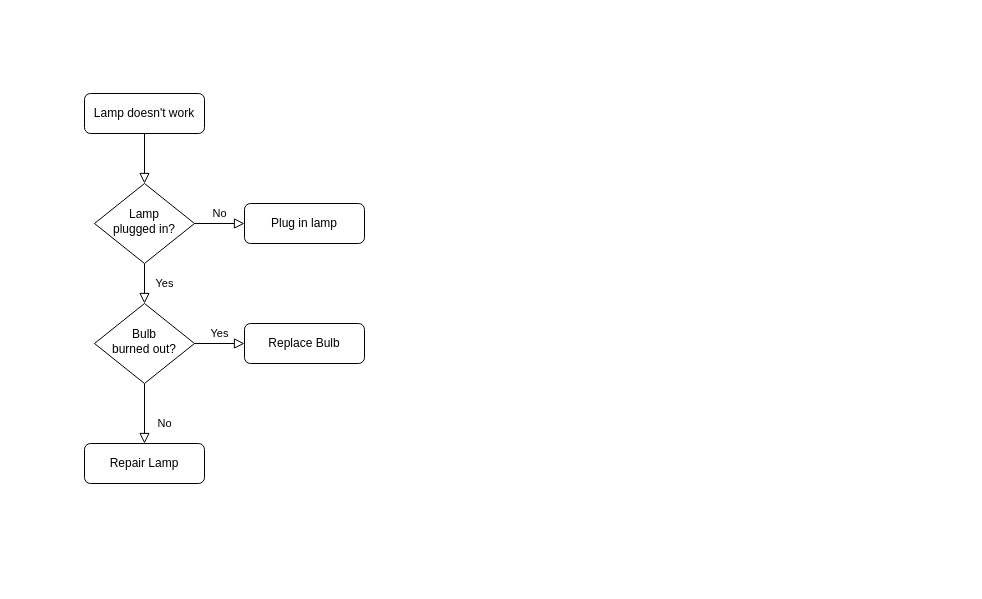
Before: Untitled Diagram.drawio in jaltadeepak/100_Days-of-Python, a draw.io diagram. Source tidied: cells renumbered, new cells numbered last; positions are measured from the earlier drawing's top-left corner, leaving out a move shared by most shapes. Both pictures are drawn from the tidied source at 100%, with x=0, y=0 at pixel (84, 93).
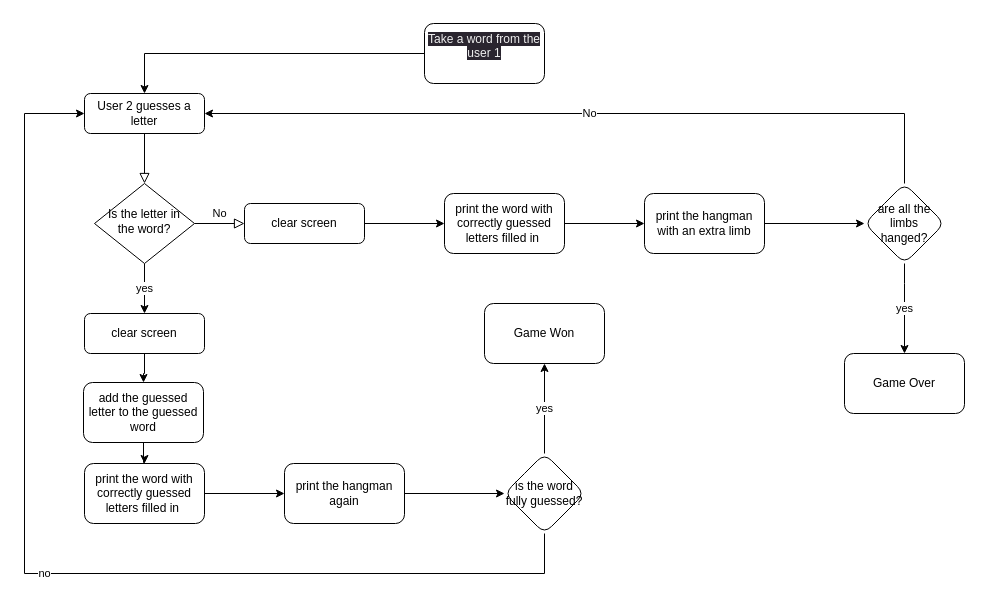
The same page after the edit.

The edit, as a diff of the source:
```diff
@@
-    <mxCell id="3" value="Lamp doesn't work" style="rounded=1;whiteSpace=wrap;html=1;fontSize=12;glass=0;strokeWidth=1;shadow=0;" parent="1" vertex="1">
+    <mxCell id="3" value="User 2 guesses a letter" style="rounded=1;whiteSpace=wrap;html=1;fontSize=12;glass=0;strokeWidth=1;shadow=0;" parent="1" vertex="1">
       <mxGeometry width="120" height="40" as="geometry" />
     </mxCell>
-    <mxCell id="4" value="Yes" style="rounded=0;html=1;jettySize=auto;fontSize=11;endArrow=block;endFill=0;endSize=8;strokeWidth=1;shadow=0;labelBackgroundColor=none;edgeStyle=orthogonalEdgeStyle;" parent="1" edge="1" source="6" target="10">
-      <mxGeometry y="20" relative="1" as="geometry" />
-    </mxCell>
@@
+    <mxCell id="13" value="yes" style="edgeStyle=orthogonalEdgeStyle;rounded=0;jettySize=auto;html=1;exitX=0.5;exitY=1;exitDx=0;exitDy=0;entryX=0.5;entryY=0;entryDx=0;entryDy=0;" parent="1" edge="1" source="6" target="25">
+      <mxGeometry relative="1" as="geometry" />
+    </mxCell>
-    <mxCell id="6" value="Lamp&lt;br&gt;plugged in?" style="rhombus;whiteSpace=wrap;html=1;shadow=0;fontFamily=Helvetica;fontSize=12;align=center;strokeWidth=1;spacing=6;spacingTop=-4;" parent="1" vertex="1">
+    <mxCell id="6" value="Is the letter in the word?" style="rhombus;whiteSpace=wrap;html=1;shadow=0;fontFamily=Helvetica;fontSize=12;align=center;strokeWidth=1;spacing=6;spacingTop=-4;" parent="1" vertex="1">
       <mxGeometry x="10" y="90" width="100" height="80" as="geometry" />
     </mxCell>
+    <mxCell id="14" style="edgeStyle=orthogonalEdgeStyle;rounded=0;jettySize=auto;html=1;" parent="1" edge="1" source="7" target="18">
+      <mxGeometry relative="1" as="geometry" />
+    </mxCell>
-    <mxCell id="7" value="Plug in lamp" style="rounded=1;whiteSpace=wrap;html=1;fontSize=12;glass=0;strokeWidth=1;shadow=0;" parent="1" vertex="1">
+    <mxCell id="7" value="clear screen" style="rounded=1;whiteSpace=wrap;html=1;fontSize=12;glass=0;strokeWidth=1;shadow=0;" parent="1" vertex="1">
       <mxGeometry x="160" y="110" width="120" height="40" as="geometry" />
     </mxCell>
+    <mxCell id="15" style="edgeStyle=orthogonalEdgeStyle;rounded=0;jettySize=auto;html=1;entryX=0.5;entryY=0;entryDx=0;entryDy=0;" parent="1" edge="1" source="16" target="3">
+      <mxGeometry relative="1" as="geometry" />
+    </mxCell>
+    <mxCell id="16" value="&#10;&lt;span style=&quot;color: rgb(240, 240, 240); font-family: Helvetica; font-size: 12px; font-style: normal; font-variant-ligatures: normal; font-variant-caps: normal; font-weight: 400; letter-spacing: normal; orphans: 2; text-align: center; text-indent: 0px; text-transform: none; widows: 2; word-spacing: 0px; -webkit-text-stroke-width: 0px; background-color: rgb(42, 37, 47); text-decoration-thickness: initial; text-decoration-style: initial; text-decoration-color: initial; float: none; display: inline !important;&quot;&gt;Take a word from the user 1&lt;/span&gt;&#10;&#10;" style="rounded=1;whiteSpace=wrap;html=1;" parent="1" vertex="1">
+      <mxGeometry x="340" y="-70" width="120" height="60" as="geometry" />
+    </mxCell>
+    <mxCell id="17" style="edgeStyle=orthogonalEdgeStyle;rounded=0;jettySize=auto;html=1;" parent="1" edge="1" source="18" target="20">
+      <mxGeometry relative="1" as="geometry" />
+    </mxCell>
+    <mxCell id="18" value="print the word with correctly guessed letters filled in&amp;nbsp;" style="whiteSpace=wrap;html=1;rounded=1;glass=0;strokeWidth=1;shadow=0;" parent="1" vertex="1">
+      <mxGeometry x="360" y="100" width="120" height="60" as="geometry" />
+    </mxCell>
+    <mxCell id="19" style="edgeStyle=orthogonalEdgeStyle;rounded=0;jettySize=auto;html=1;" parent="1" edge="1" source="20" target="22">
+      <mxGeometry relative="1" as="geometry" />
+    </mxCell>
+    <mxCell id="20" value="print the hangman with an extra limb" style="whiteSpace=wrap;html=1;rounded=1;glass=0;strokeWidth=1;shadow=0;" parent="1" vertex="1">
+      <mxGeometry x="560" y="100" width="120" height="60" as="geometry" />
+    </mxCell>
+    <mxCell id="21" value="yes" style="edgeStyle=orthogonalEdgeStyle;rounded=0;jettySize=auto;html=1;" parent="1" edge="1" source="22" target="23">
+      <mxGeometry relative="1" as="geometry">
+        <Array as="points">
+          <mxPoint x="820" y="190" />
+          <mxPoint x="820" y="190" />
+        </Array>
+      </mxGeometry>
+    </mxCell>
-    <mxCell id="8" value="No" style="rounded=0;html=1;jettySize=auto;fontSize=11;endArrow=block;endFill=0;endSize=8;strokeWidth=1;shadow=0;labelBackgroundColor=none;edgeStyle=orthogonalEdgeStyle;" parent="1" edge="1" source="10" target="11">
-      <mxGeometry x="0.33" y="20" relative="1" as="geometry" />
+    <mxCell id="8" value="No" style="edgeStyle=orthogonalEdgeStyle;rounded=0;jettySize=auto;html=1;entryX=1;entryY=0.5;entryDx=0;entryDy=0;" parent="1" edge="1" source="22" target="3">
+      <mxGeometry relative="1" as="geometry">
+        <Array as="points">
+          <mxPoint x="820" y="20" />
+        </Array>
+      </mxGeometry>
     </mxCell>
-    <mxCell id="9" value="Yes" style="edgeStyle=orthogonalEdgeStyle;rounded=0;html=1;jettySize=auto;fontSize=11;endArrow=block;endFill=0;endSize=8;strokeWidth=1;shadow=0;labelBackgroundColor=none;" parent="1" edge="1" source="10" target="12">
-      <mxGeometry y="10" relative="1" as="geometry" />
-    </mxCell>
-    <mxCell id="10" value="Bulb&lt;br&gt;burned out?" style="rhombus;whiteSpace=wrap;html=1;shadow=0;fontFamily=Helvetica;fontSize=12;align=center;strokeWidth=1;spacing=6;spacingTop=-4;" parent="1" vertex="1">
-      <mxGeometry x="10" y="210" width="100" height="80" as="geometry" />
-    </mxCell>
-    <mxCell id="11" value="Repair Lamp" style="rounded=1;whiteSpace=wrap;html=1;fontSize=12;glass=0;strokeWidth=1;shadow=0;" parent="1" vertex="1">
-      <mxGeometry y="350" width="120" height="40" as="geometry" />
-    </mxCell>
-    <mxCell id="12" value="Replace Bulb" style="rounded=1;whiteSpace=wrap;html=1;fontSize=12;glass=0;strokeWidth=1;shadow=0;" parent="1" vertex="1">
-      <mxGeometry x="160" y="230" width="120" height="40" as="geometry" />
-    </mxCell>
+    <mxCell id="22" value="are all the limbs hanged?" style="rhombus;whiteSpace=wrap;html=1;rounded=1;glass=0;strokeWidth=1;shadow=0;" parent="1" vertex="1">
+      <mxGeometry x="780" y="90" width="80" height="80" as="geometry" />
+    </mxCell>
+    <mxCell id="23" value="Game Over" style="whiteSpace=wrap;html=1;rounded=1;glass=0;strokeWidth=1;shadow=0;" parent="1" vertex="1">
+      <mxGeometry x="760" y="260" width="120" height="60" as="geometry" />
+    </mxCell>
+    <mxCell id="24" style="edgeStyle=orthogonalEdgeStyle;rounded=0;jettySize=auto;html=1;" parent="1" edge="1" source="25" target="29">
+      <mxGeometry relative="1" as="geometry" />
+    </mxCell>
+    <mxCell id="25" value="clear screen" style="rounded=1;whiteSpace=wrap;html=1;fontSize=12;glass=0;strokeWidth=1;shadow=0;" parent="1" vertex="1">
+      <mxGeometry y="220" width="120" height="40" as="geometry" />
+    </mxCell>
+    <mxCell id="26" style="edgeStyle=orthogonalEdgeStyle;rounded=0;jettySize=auto;html=1;" parent="1" edge="1" source="27" target="31">
+      <mxGeometry relative="1" as="geometry" />
+    </mxCell>
+    <mxCell id="27" value="print the word with correctly guessed letters filled in&amp;nbsp;" style="whiteSpace=wrap;html=1;rounded=1;glass=0;strokeWidth=1;shadow=0;" parent="1" vertex="1">
+      <mxGeometry y="370" width="120" height="60" as="geometry" />
+    </mxCell>
+    <mxCell id="28" style="edgeStyle=orthogonalEdgeStyle;rounded=0;jettySize=auto;html=1;" parent="1" edge="1" source="29" target="27">
+      <mxGeometry relative="1" as="geometry" />
+    </mxCell>
+    <mxCell id="29" value="add the guessed letter to the guessed word" style="whiteSpace=wrap;html=1;rounded=1;glass=0;strokeWidth=1;shadow=0;" parent="1" vertex="1">
+      <mxGeometry x="-1" y="289" width="120" height="60" as="geometry" />
+    </mxCell>
+    <mxCell id="30" style="edgeStyle=orthogonalEdgeStyle;rounded=0;jettySize=auto;html=1;" parent="1" edge="1" source="31" target="34">
+      <mxGeometry relative="1" as="geometry" />
+    </mxCell>
+    <mxCell id="31" value="print the hangman again" style="whiteSpace=wrap;html=1;rounded=1;glass=0;strokeWidth=1;shadow=0;" parent="1" vertex="1">
+      <mxGeometry x="200" y="370" width="120" height="60" as="geometry" />
+    </mxCell>
+    <mxCell id="32" value="yes" style="edgeStyle=orthogonalEdgeStyle;rounded=0;jettySize=auto;html=1;" parent="1" edge="1" source="34" target="35">
+      <mxGeometry relative="1" as="geometry" />
+    </mxCell>
+    <mxCell id="33" value="no" style="edgeStyle=orthogonalEdgeStyle;rounded=0;jettySize=auto;html=1;entryX=0;entryY=0.5;entryDx=0;entryDy=0;" parent="1" edge="1" source="34" target="3">
+      <mxGeometry relative="1" as="geometry">
+        <Array as="points">
+          <mxPoint x="460" y="480" />
+          <mxPoint x="-60" y="480" />
+          <mxPoint x="-60" y="20" />
+        </Array>
+      </mxGeometry>
+    </mxCell>
+    <mxCell id="34" value="is the word fully guessed?" style="rhombus;whiteSpace=wrap;html=1;rounded=1;glass=0;strokeWidth=1;shadow=0;" parent="1" vertex="1">
+      <mxGeometry x="420" y="360" width="80" height="80" as="geometry" />
+    </mxCell>
+    <mxCell id="35" value="Game Won" style="whiteSpace=wrap;html=1;rounded=1;glass=0;strokeWidth=1;shadow=0;" parent="1" vertex="1">
+      <mxGeometry x="400" y="210" width="120" height="60" as="geometry" />
+    </mxCell>
```
